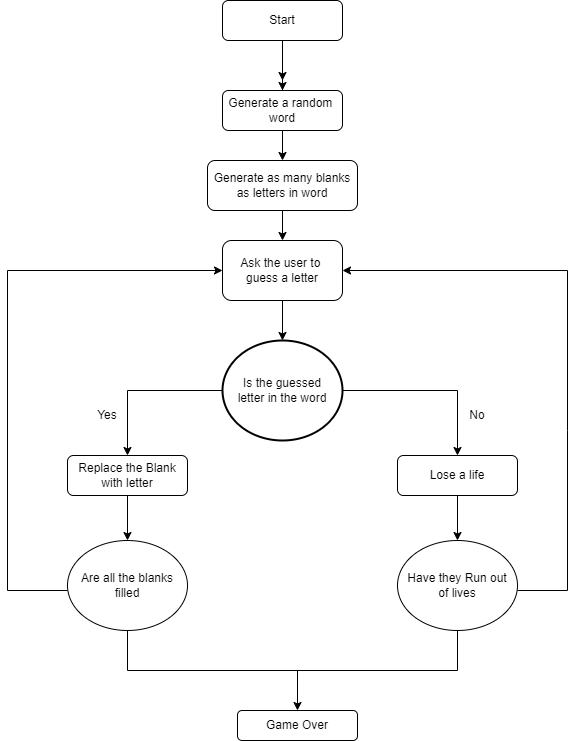
This is Project 7_Hangman.drawio.png from Leviblackark/Python-Projects, a draw.io export, as it was before one commit. Source tidied: cells renumbered, new cells last; positions are measured from the earlier drawing's top-left corner, leaving out a move shared by most shapes.
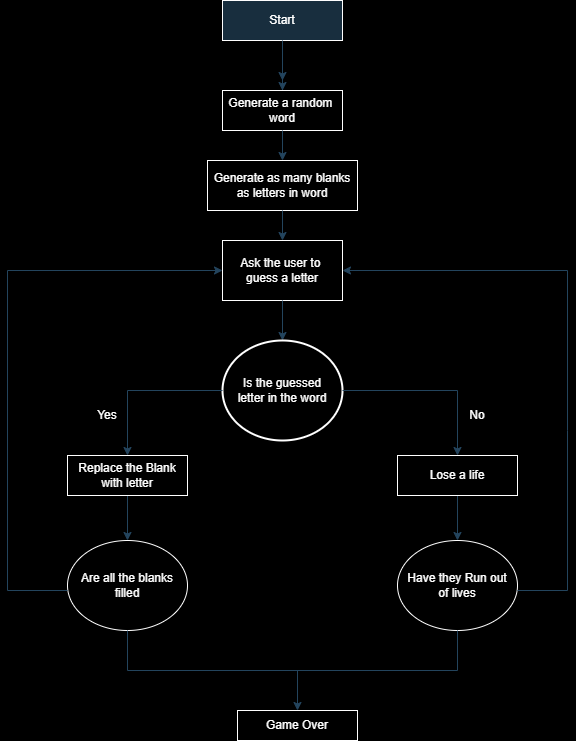
After the commit.

The edit, as a diff of the source:
```diff
@@ -1,27 +1,27 @@
-<mxGraphModel>
+<mxGraphModel background="#000000">
   <root>
     <mxCell id="0" />
     <mxCell id="1" parent="0" />
-    <mxCell id="2" value="Start" style="rounded=1;whiteSpace=wrap;html=1;fontSize=12;glass=0;strokeWidth=1;shadow=0;" parent="1" vertex="1">
+    <mxCell id="2" value="Start" style="rounded=0;whiteSpace=wrap;html=1;fontSize=12;glass=0;strokeWidth=1;shadow=0;labelBackgroundColor=none;fillColor=#182E3E;strokeColor=#FFFFFF;fontColor=#FFFFFF;" parent="1" vertex="1">
       <mxGeometry x="215" width="120" height="40" as="geometry" />
     </mxCell>
-    <mxCell id="3" style="edgeStyle=orthogonalEdgeStyle;rounded=0;jettySize=auto;html=1;exitX=0.75;exitY=1;exitDx=0;exitDy=0;" parent="1" edge="1" source="5">
+    <mxCell id="3" style="edgeStyle=orthogonalEdgeStyle;rounded=0;jettySize=auto;html=1;exitX=0.75;exitY=1;exitDx=0;exitDy=0;labelBackgroundColor=none;fontColor=default;strokeColor=#23445D;" parent="1" edge="1" source="5">
       <mxGeometry relative="1" as="geometry">
         <mxPoint x="305" y="130" as="targetPoint" />
       </mxGeometry>
     </mxCell>
-    <mxCell id="4" style="edgeStyle=orthogonalEdgeStyle;rounded=0;jettySize=auto;html=1;" parent="1" edge="1" source="5">
+    <mxCell id="4" style="edgeStyle=orthogonalEdgeStyle;rounded=0;jettySize=auto;html=1;labelBackgroundColor=none;fontColor=default;strokeColor=#23445D;" parent="1" edge="1" source="5">
       <mxGeometry relative="1" as="geometry">
         <mxPoint x="275" y="80" as="targetPoint" />
       </mxGeometry>
     </mxCell>
-    <mxCell id="5" value="Generate a random&amp;nbsp;&lt;div&gt;word&lt;/div&gt;" style="rounded=1;whiteSpace=wrap;html=1;" parent="1" vertex="1">
+    <mxCell id="5" value="Generate a random&amp;nbsp;&lt;div&gt;word&lt;/div&gt;" style="rounded=0;whiteSpace=wrap;html=1;labelBackgroundColor=none;fillColor=none;strokeColor=#FFFFFF;fontColor=#FFFFFF;" parent="1" vertex="1">
       <mxGeometry x="215" y="90" width="120" height="40" as="geometry" />
     </mxCell>
-    <mxCell id="6" value="Generate as many blanks as letters in word" style="rounded=1;whiteSpace=wrap;html=1;" parent="1" vertex="1">
+    <mxCell id="6" value="Generate as many blanks as letters in word" style="rounded=0;whiteSpace=wrap;html=1;labelBackgroundColor=none;fillColor=none;strokeColor=#FFFFFF;fontColor=#FFFFFF;" parent="1" vertex="1">
       <mxGeometry x="200" y="160" width="150" height="50" as="geometry" />
     </mxCell>
-    <mxCell id="7" style="endArrow=classic;html=1;rounded=0;entryX=0.5;entryY=0;entryDx=0;entryDy=0;exitX=0.5;exitY=1;exitDx=0;exitDy=0;" parent="1" edge="1" source="2" target="5">
+    <mxCell id="7" style="endArrow=classic;html=1;rounded=0;entryX=0.5;entryY=0;entryDx=0;entryDy=0;exitX=0.5;exitY=1;exitDx=0;exitDy=0;labelBackgroundColor=none;fontColor=default;strokeColor=#23445D;" parent="1" edge="1" source="2" target="5">
       <mxGeometry relative="1" as="geometry">
         <Array as="points">
           <mxPoint x="275" y="70" />
@@ -29,41 +29,41 @@
         </Array>
       </mxGeometry>
     </mxCell>
-    <mxCell id="8" style="endArrow=classic;html=1;rounded=0;entryX=0.5;entryY=0;entryDx=0;entryDy=0;exitX=0.5;exitY=1;exitDx=0;exitDy=0;" parent="1" edge="1" source="5">
+    <mxCell id="8" style="endArrow=classic;html=1;rounded=0;entryX=0.5;entryY=0;entryDx=0;entryDy=0;exitX=0.5;exitY=1;exitDx=0;exitDy=0;labelBackgroundColor=none;fontColor=default;strokeColor=#23445D;" parent="1" edge="1" source="5">
       <mxGeometry relative="1" as="geometry">
         <mxPoint x="275" y="160" as="targetPoint" />
       </mxGeometry>
     </mxCell>
-    <mxCell id="9" value="Ask the user to&amp;nbsp; guess a letter" style="rounded=1;whiteSpace=wrap;html=1;" parent="1" vertex="1">
+    <mxCell id="9" value="Ask the user to&amp;nbsp; guess a letter" style="rounded=0;whiteSpace=wrap;html=1;labelBackgroundColor=none;fillColor=none;strokeColor=#FFFFFF;fontColor=#FFFFFF;" parent="1" vertex="1">
       <mxGeometry x="215" y="240" width="120" height="60" as="geometry" />
     </mxCell>
-    <mxCell id="10" style="endArrow=classic;html=1;rounded=0;" parent="1" edge="1" target="9">
+    <mxCell id="10" style="endArrow=classic;html=1;rounded=0;labelBackgroundColor=none;fontColor=default;strokeColor=#23445D;" parent="1" edge="1" target="9">
       <mxGeometry relative="1" as="geometry">
         <mxPoint x="275" y="210" as="sourcePoint" />
       </mxGeometry>
     </mxCell>
-    <mxCell id="11" style="endArrow=classic;html=1;rounded=0;" parent="1" edge="1">
+    <mxCell id="11" style="endArrow=classic;html=1;rounded=0;labelBackgroundColor=none;fontColor=default;strokeColor=#23445D;" parent="1" edge="1">
       <mxGeometry relative="1" as="geometry">
         <mxPoint x="275" y="300" as="sourcePoint" />
         <mxPoint x="275" y="340" as="targetPoint" />
       </mxGeometry>
     </mxCell>
-    <mxCell id="12" value="Is the guessed&lt;div&gt;letter in the word&lt;/div&gt;" style="strokeWidth=2;html=1;shape=mxgraph.flowchart.start_2;whiteSpace=wrap;" parent="1" vertex="1">
+    <mxCell id="12" value="Is the guessed&lt;div&gt;letter in the word&lt;/div&gt;" style="strokeWidth=2;html=1;shape=mxgraph.flowchart.start_2;whiteSpace=wrap;rounded=0;labelBackgroundColor=none;fillColor=none;strokeColor=#FFFFFF;fontColor=#FFFFFF;" parent="1" vertex="1">
       <mxGeometry x="215" y="340" width="120" height="100" as="geometry" />
     </mxCell>
-    <mxCell id="13" style="edgeStyle=orthogonalEdgeStyle;rounded=0;jettySize=auto;html=1;" parent="1" edge="1" source="14" target="22">
+    <mxCell id="13" style="edgeStyle=orthogonalEdgeStyle;rounded=0;jettySize=auto;html=1;labelBackgroundColor=none;fontColor=default;strokeColor=#23445D;" parent="1" edge="1" source="14" target="22">
       <mxGeometry relative="1" as="geometry" />
     </mxCell>
-    <mxCell id="14" value="Lose a life" style="rounded=1;whiteSpace=wrap;html=1;" parent="1" vertex="1">
+    <mxCell id="14" value="Lose a life" style="rounded=0;whiteSpace=wrap;html=1;labelBackgroundColor=none;fillColor=none;strokeColor=#FFFFFF;fontColor=#FFFFFF;" parent="1" vertex="1">
       <mxGeometry x="390" y="455" width="120" height="40" as="geometry" />
     </mxCell>
-    <mxCell id="15" style="edgeStyle=orthogonalEdgeStyle;rounded=0;jettySize=auto;html=1;" parent="1" edge="1" source="16" target="21">
+    <mxCell id="15" style="edgeStyle=orthogonalEdgeStyle;rounded=0;jettySize=auto;html=1;labelBackgroundColor=none;fontColor=default;strokeColor=#23445D;" parent="1" edge="1" source="16" target="21">
       <mxGeometry relative="1" as="geometry" />
     </mxCell>
-    <mxCell id="16" value="Replace the Blank with letter" style="rounded=1;whiteSpace=wrap;html=1;" parent="1" vertex="1">
+    <mxCell id="16" value="Replace the Blank with letter" style="rounded=0;whiteSpace=wrap;html=1;labelBackgroundColor=none;fillColor=none;strokeColor=#FFFFFF;fontColor=#FFFFFF;" parent="1" vertex="1">
       <mxGeometry x="60" y="455" width="120" height="40" as="geometry" />
     </mxCell>
-    <mxCell id="17" style="endArrow=classic;html=1;rounded=0;entryX=0.5;entryY=0;entryDx=0;entryDy=0;" parent="1" edge="1" target="16">
+    <mxCell id="17" style="endArrow=classic;html=1;rounded=0;entryX=0.5;entryY=0;entryDx=0;entryDy=0;labelBackgroundColor=none;fontColor=default;strokeColor=#23445D;" parent="1" edge="1" target="16">
       <mxGeometry relative="1" as="geometry">
         <mxPoint x="215" y="390" as="sourcePoint" />
         <Array as="points">
@@ -71,7 +71,7 @@
         </Array>
       </mxGeometry>
     </mxCell>
-    <mxCell id="18" style="endArrow=classic;html=1;rounded=0;entryX=0.5;entryY=0;entryDx=0;entryDy=0;" parent="1" edge="1" target="14">
+    <mxCell id="18" style="endArrow=classic;html=1;rounded=0;entryX=0.5;entryY=0;entryDx=0;entryDy=0;labelBackgroundColor=none;fontColor=default;strokeColor=#23445D;" parent="1" edge="1" target="14">
       <mxGeometry relative="1" as="geometry">
         <mxPoint x="335" y="390" as="sourcePoint" />
         <Array as="points">
@@ -79,19 +79,19 @@
         </Array>
       </mxGeometry>
     </mxCell>
-    <mxCell id="19" value="No" style="text;strokeColor=none;align=center;fillColor=none;html=1;verticalAlign=middle;whiteSpace=wrap;rounded=0;" parent="1" vertex="1">
+    <mxCell id="19" value="No" style="text;strokeColor=none;align=center;fillColor=none;html=1;verticalAlign=middle;whiteSpace=wrap;rounded=0;labelBackgroundColor=none;fontColor=#FFFFFF;" parent="1" vertex="1">
       <mxGeometry x="440" y="400" width="60" height="30" as="geometry" />
     </mxCell>
-    <mxCell id="20" value="Yes" style="text;strokeColor=none;align=center;fillColor=none;html=1;verticalAlign=middle;whiteSpace=wrap;rounded=0;" parent="1" vertex="1">
+    <mxCell id="20" value="Yes" style="text;strokeColor=none;align=center;fillColor=none;html=1;verticalAlign=middle;whiteSpace=wrap;rounded=0;labelBackgroundColor=none;fontColor=#FFFFFF;" parent="1" vertex="1">
       <mxGeometry x="70" y="400" width="60" height="30" as="geometry" />
     </mxCell>
-    <mxCell id="21" value="Are all the blanks filled" style="ellipse;whiteSpace=wrap;html=1;" parent="1" vertex="1">
+    <mxCell id="21" value="Are all the blanks filled" style="ellipse;whiteSpace=wrap;html=1;rounded=0;labelBackgroundColor=none;fillColor=none;strokeColor=#FFFFFF;fontColor=#FFFFFF;" parent="1" vertex="1">
       <mxGeometry x="60" y="540" width="120" height="90" as="geometry" />
     </mxCell>
-    <mxCell id="22" value="Have they Run out&lt;div&gt;of lives&lt;/div&gt;" style="ellipse;whiteSpace=wrap;html=1;" parent="1" vertex="1">
+    <mxCell id="22" value="Have they Run out&lt;div&gt;of lives&lt;/div&gt;" style="ellipse;whiteSpace=wrap;html=1;rounded=0;labelBackgroundColor=none;fillColor=none;strokeColor=#FFFFFF;fontColor=#FFFFFF;" parent="1" vertex="1">
       <mxGeometry x="390" y="540" width="120" height="90" as="geometry" />
     </mxCell>
-    <mxCell id="23" style="endArrow=classic;html=1;rounded=0;entryX=1;entryY=0.5;entryDx=0;entryDy=0;" parent="1" edge="1" target="9">
+    <mxCell id="23" style="endArrow=classic;html=1;rounded=0;entryX=1;entryY=0.5;entryDx=0;entryDy=0;labelBackgroundColor=none;fontColor=default;strokeColor=#23445D;" parent="1" edge="1" target="9">
       <mxGeometry relative="1" as="geometry">
         <mxPoint x="510" y="590" as="sourcePoint" />
         <Array as="points">
@@ -101,7 +101,7 @@
         </Array>
       </mxGeometry>
     </mxCell>
-    <mxCell id="24" style="endArrow=classic;html=1;rounded=0;entryX=0;entryY=0.5;entryDx=0;entryDy=0;" parent="1" edge="1" target="9">
+    <mxCell id="24" style="endArrow=classic;html=1;rounded=0;entryX=0;entryY=0.5;entryDx=0;entryDy=0;labelBackgroundColor=none;fontColor=default;strokeColor=#23445D;" parent="1" edge="1" target="9">
       <mxGeometry relative="1" as="geometry">
         <mxPoint x="60" y="590" as="sourcePoint" />
         <Array as="points">
@@ -110,10 +110,10 @@
         </Array>
       </mxGeometry>
     </mxCell>
-    <mxCell id="25" value="Game Over" style="rounded=1;whiteSpace=wrap;html=1;" parent="1" vertex="1">
+    <mxCell id="25" value="Game Over" style="rounded=0;whiteSpace=wrap;html=1;labelBackgroundColor=none;fillColor=none;strokeColor=#FFFFFF;fontColor=#FFFFFF;" parent="1" vertex="1">
       <mxGeometry x="230" y="710" width="120" height="30" as="geometry" />
     </mxCell>
-    <mxCell id="26" style="endArrow=none;html=1;rounded=0;entryX=0.5;entryY=1;entryDx=0;entryDy=0;" parent="1" edge="1" target="22">
+    <mxCell id="26" style="endArrow=none;html=1;rounded=0;entryX=0.5;entryY=1;entryDx=0;entryDy=0;labelBackgroundColor=none;fontColor=default;strokeColor=#23445D;" parent="1" edge="1" target="22">
       <mxGeometry relative="1" as="geometry">
         <mxPoint x="120" y="630" as="sourcePoint" />
         <Array as="points">
@@ -122,7 +122,7 @@
         </Array>
       </mxGeometry>
     </mxCell>
-    <mxCell id="27" style="endArrow=classic;html=1;rounded=0;entryX=0.5;entryY=0;entryDx=0;entryDy=0;" parent="1" edge="1" target="25">
+    <mxCell id="27" style="endArrow=classic;html=1;rounded=0;entryX=0.5;entryY=0;entryDx=0;entryDy=0;labelBackgroundColor=none;fontColor=default;strokeColor=#23445D;" parent="1" edge="1" target="25">
       <mxGeometry relative="1" as="geometry">
         <mxPoint x="290" y="670" as="sourcePoint" />
       </mxGeometry>
```
